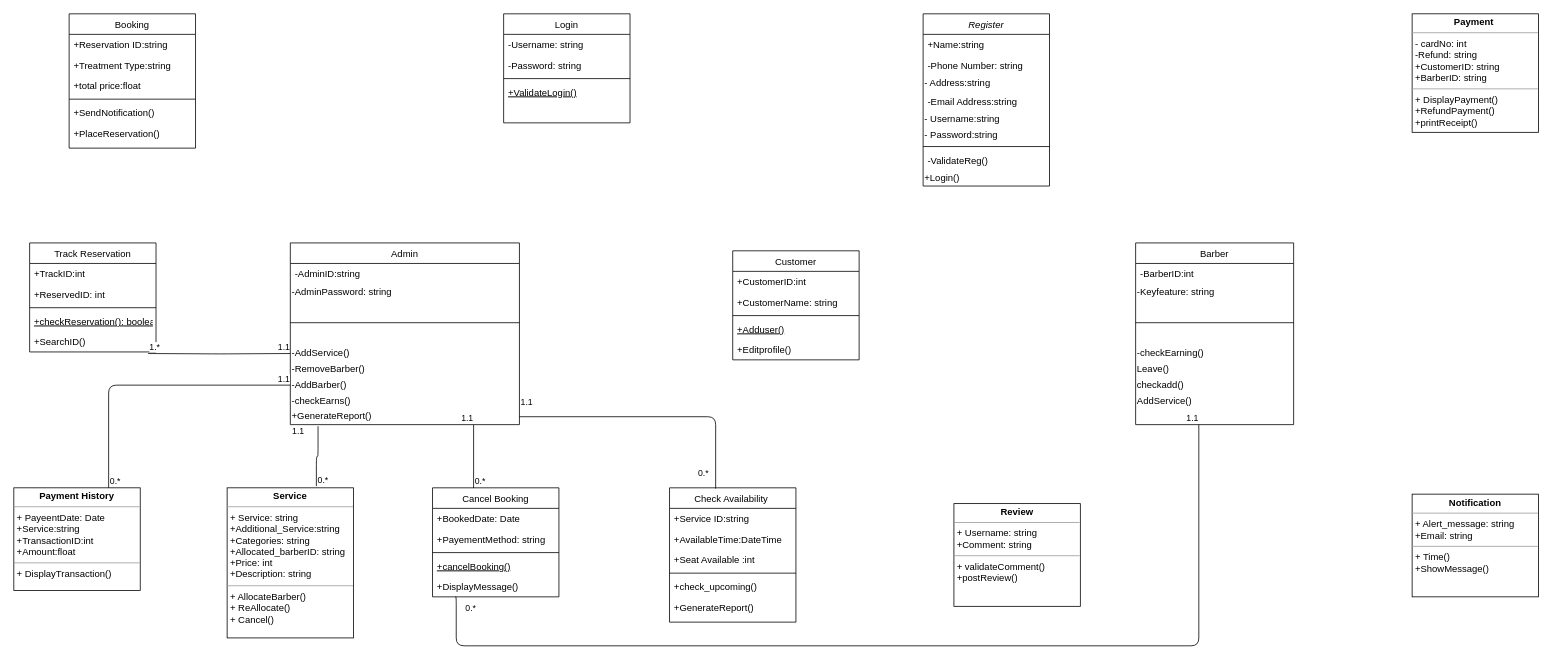
Above: Untitled Diagram.drawio in harshvashi/hv (draw.io), before the change. Source tidied: cells renumbered, new cells numbered last; positions are measured from the earlier drawing's top-left corner, leaving out a move shared by most shapes. Both pictures are drawn from the tidied source at 79%, with x=0, y=0 at pixel (13, 13).
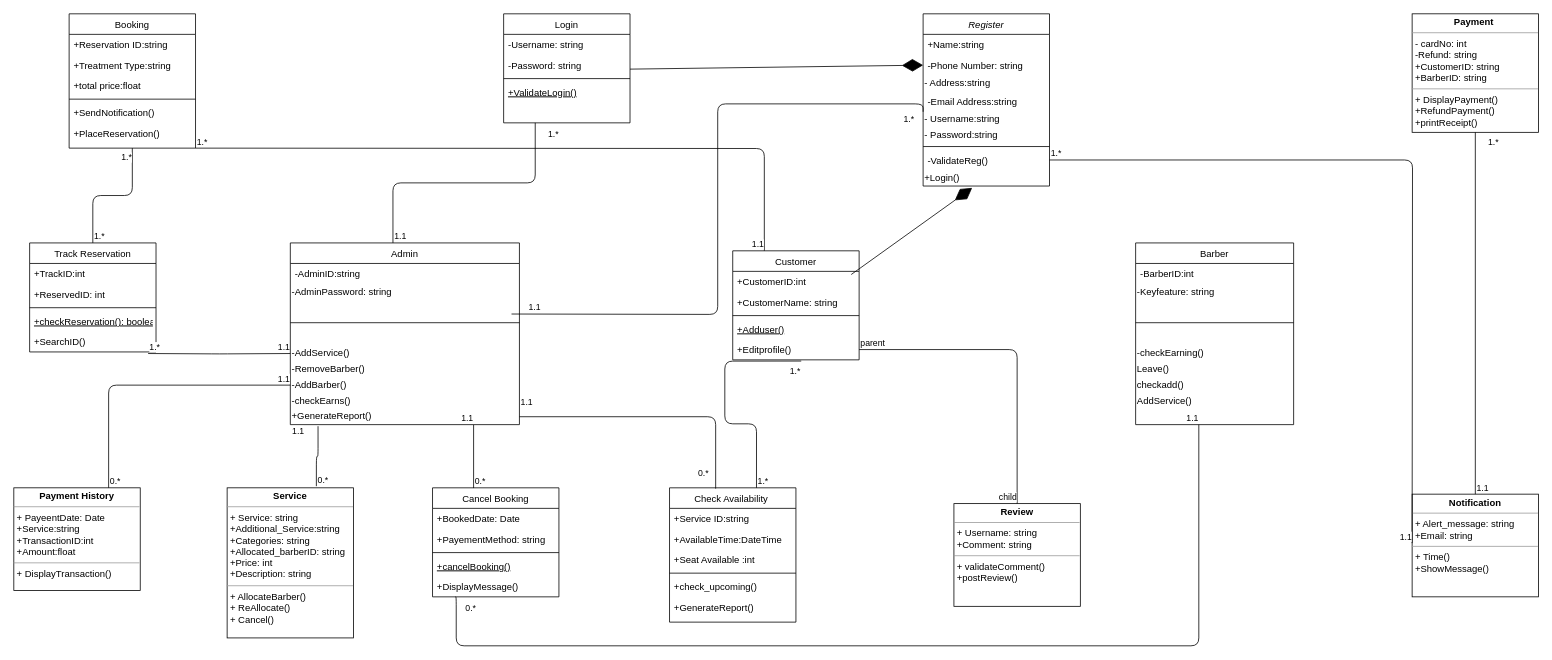
After the change.

Unchanged cells that the change refers to:
```xml
<mxCell id="2" value="Track Reservation" style="swimlane;fontStyle=0;align=center;verticalAlign=top;horizontal=1;startSize=26;rounded=0;shadow=0;strokeWidth=1;" parent="1" vertex="1">
  <mxGeometry x="20" y="290" width="160" height="138" as="geometry" />
</mxCell>
<mxCell id="11" value="Booking" style="swimlane;fontStyle=0;align=center;verticalAlign=top;horizontal=1;startSize=26;rounded=0;shadow=0;strokeWidth=1;" parent="1" vertex="1">
  <mxGeometry x="70" width="160" height="170" as="geometry" />
</mxCell>
<mxCell id="19" value="Admin" style="swimlane;fontStyle=0;align=center;verticalAlign=top;horizontal=1;startSize=26;rounded=0;shadow=0;strokeWidth=1;" parent="1" vertex="1">
  <mxGeometry x="350" y="290" width="290" height="230" as="geometry" />
</mxCell>
<mxCell id="29" value="Check Availability " style="swimlane;fontStyle=0;align=center;verticalAlign=top;horizontal=1;startSize=26;rounded=0;shadow=0;strokeWidth=1;" parent="1" vertex="1">
  <mxGeometry x="830" y="600" width="160" height="170" as="geometry" />
</mxCell>
<mxCell id="48" value="&lt;p style=&quot;margin: 0px ; margin-top: 4px ; text-align: center&quot;&gt;&lt;b&gt;Notification&lt;/b&gt;&lt;/p&gt;&lt;hr size=&quot;1&quot;&gt;&lt;p style=&quot;margin: 0px ; margin-left: 4px&quot;&gt;+ Alert_message: string&lt;/p&gt;&lt;p style=&quot;margin: 0px ; margin-left: 4px&quot;&gt;+Email: string&lt;/p&gt;&lt;hr size=&quot;1&quot;&gt;&lt;p style=&quot;margin: 0px ; margin-left: 4px&quot;&gt;+ Time()&lt;/p&gt;&lt;p style=&quot;margin: 0px ; margin-left: 4px&quot;&gt;+ShowMessage()&lt;/p&gt;&lt;p style=&quot;margin: 0px ; margin-left: 4px&quot;&gt;&lt;br&gt;&lt;/p&gt;" style="verticalAlign=top;align=left;overflow=fill;fontSize=12;fontFamily=Helvetica;html=1;" parent="1" vertex="1">
  <mxGeometry x="1770" y="608" width="160" height="130" as="geometry" />
</mxCell>
<mxCell id="49" value="&lt;p style=&quot;margin: 0px ; margin-top: 4px ; text-align: center&quot;&gt;&lt;b&gt;Review&lt;/b&gt;&lt;/p&gt;&lt;hr size=&quot;1&quot;&gt;&lt;p style=&quot;margin: 0px ; margin-left: 4px&quot;&gt;+ Username: string&lt;/p&gt;&lt;p style=&quot;margin: 0px ; margin-left: 4px&quot;&gt;+Comment: string&lt;/p&gt;&lt;hr size=&quot;1&quot;&gt;&lt;p style=&quot;margin: 0px ; margin-left: 4px&quot;&gt;+ validateComment()&lt;/p&gt;&lt;p style=&quot;margin: 0px ; margin-left: 4px&quot;&gt;+postReview()&lt;/p&gt;&lt;p style=&quot;margin: 0px ; margin-left: 4px&quot;&gt;&lt;br&gt;&lt;/p&gt;" style="verticalAlign=top;align=left;overflow=fill;fontSize=12;fontFamily=Helvetica;html=1;" parent="1" vertex="1">
  <mxGeometry x="1190" y="620" width="160" height="130" as="geometry" />
</mxCell>
<mxCell id="52" value="-Phone Number: string" style="text;align=left;verticalAlign=top;spacingLeft=4;spacingRight=4;overflow=hidden;points=[[0,0.5],[1,0.5]];portConstraint=eastwest;rounded=0;shadow=0;html=0;" parent="50" vertex="1">
  <mxGeometry y="52" width="160" height="26" as="geometry" />
</mxCell>
<mxCell id="55" value="- Username:string" style="text;html=1;strokeColor=none;fillColor=none;align=left;verticalAlign=middle;whiteSpace=wrap;rounded=0;" parent="50" vertex="1">
  <mxGeometry y="124" width="160" height="20" as="geometry" />
</mxCell>
<mxCell id="58" value="-ValidateReg()" style="text;align=left;verticalAlign=top;spacingLeft=4;spacingRight=4;overflow=hidden;points=[[0,0.5],[1,0.5]];portConstraint=eastwest;" parent="50" vertex="1">
  <mxGeometry y="172" width="160" height="26" as="geometry" />
</mxCell>
<mxCell id="59" value="+Login()" style="text;html=1;strokeColor=none;fillColor=none;align=left;verticalAlign=middle;whiteSpace=wrap;rounded=0;" parent="50" vertex="1">
  <mxGeometry y="198" width="160" height="20" as="geometry" />
</mxCell>
<mxCell id="60" value="Login" style="swimlane;fontStyle=0;align=center;verticalAlign=top;horizontal=1;startSize=26;rounded=0;shadow=0;strokeWidth=1;" parent="1" vertex="1">
  <mxGeometry x="620" width="160" height="138" as="geometry" />
</mxCell>
<mxCell id="73" value="Customer" style="swimlane;fontStyle=0;align=center;verticalAlign=top;horizontal=1;startSize=26;rounded=0;shadow=0;strokeWidth=1;" parent="1" vertex="1">
  <mxGeometry x="910" y="300" width="160" height="138" as="geometry" />
</mxCell>
<mxCell id="78" value="+Editprofile()" style="text;align=left;verticalAlign=top;spacingLeft=4;spacingRight=4;overflow=hidden;points=[[0,0.5],[1,0.5]];portConstraint=eastwest;" parent="73" vertex="1">
  <mxGeometry y="112" width="160" height="26" as="geometry" />
</mxCell>
<mxCell id="79" value="&lt;p style=&quot;margin: 0px ; margin-top: 4px ; text-align: center&quot;&gt;&lt;b&gt;Payment&amp;nbsp;&lt;/b&gt;&lt;/p&gt;&lt;hr size=&quot;1&quot;&gt;&lt;p style=&quot;margin: 0px ; margin-left: 4px&quot;&gt;- cardNo: int&lt;/p&gt;&lt;p style=&quot;margin: 0px ; margin-left: 4px&quot;&gt;-Refund: string&lt;/p&gt;&lt;p style=&quot;margin: 0px ; margin-left: 4px&quot;&gt;+CustomerID: string&lt;/p&gt;&lt;p style=&quot;margin: 0px ; margin-left: 4px&quot;&gt;+BarberID: string&lt;/p&gt;&lt;hr size=&quot;1&quot;&gt;&lt;p style=&quot;margin: 0px ; margin-left: 4px&quot;&gt;+ DisplayPayment()&lt;/p&gt;&lt;p style=&quot;margin: 0px ; margin-left: 4px&quot;&gt;+RefundPayment()&lt;/p&gt;&lt;p style=&quot;margin: 0px ; margin-left: 4px&quot;&gt;+printReceipt()&lt;/p&gt;" style="verticalAlign=top;align=left;overflow=fill;fontSize=12;fontFamily=Helvetica;html=1;" parent="1" vertex="1">
  <mxGeometry x="1770" width="160" height="150" as="geometry" />
</mxCell>
```

The edit, as a diff of the source:
```diff
@@
+    <mxCell id="89" style="endArrow=none;html=1;edgeStyle=orthogonalEdgeStyle;entryX=0;entryY=0;entryDx=0;entryDy=0;" parent="19" edge="1" target="55">
+      <mxGeometry relative="1" as="geometry">
+        <mxPoint x="280" y="90" as="sourcePoint" />
+      </mxGeometry>
+    </mxCell>
+    <mxCell id="90" value="1.1" style="edgeLabel;html=1;align=left;verticalAlign=bottom;" parent="89" vertex="1">
+      <mxGeometry x="-1" relative="1" as="geometry">
+        <mxPoint x="20" as="offset" />
+      </mxGeometry>
+    </mxCell>
+    <mxCell id="91" value="1.*" style="edgeLabel;html=1;align=right;verticalAlign=bottom;" parent="89" vertex="1">
+      <mxGeometry x="1" relative="1" as="geometry">
+        <mxPoint x="-11" y="16.3" as="offset" />
+      </mxGeometry>
+    </mxCell>
@@
+    <mxCell id="92" style="endArrow=diamondThin;endFill=1;endSize=24;html=1;entryX=0.388;entryY=1.117;entryDx=0;entryDy=0;entryPerimeter=0;" parent="73" edge="1" target="59">
+      <mxGeometry relative="1" as="geometry">
+        <mxPoint x="150" y="30" as="sourcePoint" />
+      </mxGeometry>
+    </mxCell>
@@
+    <mxCell id="93" style="endArrow=none;html=1;edgeStyle=orthogonalEdgeStyle;entryX=0.25;entryY=0;entryDx=0;entryDy=0;" parent="1" edge="1" target="73">
+      <mxGeometry relative="1" as="geometry">
+        <mxPoint x="230" y="170" as="sourcePoint" />
+      </mxGeometry>
+    </mxCell>
+    <mxCell id="94" value="1.*" style="edgeLabel;html=1;align=left;verticalAlign=bottom;" parent="93" vertex="1">
+      <mxGeometry x="-1" relative="1" as="geometry" />
+    </mxCell>
+    <mxCell id="95" value="1.1" style="edgeLabel;html=1;align=right;verticalAlign=bottom;" parent="93" vertex="1">
+      <mxGeometry x="1" relative="1" as="geometry" />
+    </mxCell>
+    <mxCell id="96" style="endArrow=none;html=1;edgeStyle=orthogonalEdgeStyle;entryX=0.5;entryY=1;entryDx=0;entryDy=0;exitX=0.5;exitY=0;exitDx=0;exitDy=0;" parent="1" edge="1" source="2" target="11">
+      <mxGeometry relative="1" as="geometry" />
+    </mxCell>
+    <mxCell id="97" value="1.*" style="edgeLabel;html=1;align=left;verticalAlign=bottom;" parent="96" vertex="1">
+      <mxGeometry x="-1" relative="1" as="geometry" />
+    </mxCell>
+    <mxCell id="98" value="1.*" style="edgeLabel;html=1;align=right;verticalAlign=bottom;" parent="96" vertex="1">
+      <mxGeometry x="1" relative="1" as="geometry">
+        <mxPoint y="20.3" as="offset" />
+      </mxGeometry>
+    </mxCell>
+    <mxCell id="99" style="endArrow=none;html=1;edgeStyle=orthogonalEdgeStyle;entryX=0.25;entryY=1;entryDx=0;entryDy=0;exitX=0.448;exitY=0;exitDx=0;exitDy=0;exitPerimeter=0;" parent="1" edge="1" source="19" target="60">
+      <mxGeometry relative="1" as="geometry" />
+    </mxCell>
+    <mxCell id="100" value="1.1" style="edgeLabel;html=1;align=left;verticalAlign=bottom;" parent="99" vertex="1">
+      <mxGeometry x="-1" relative="1" as="geometry" />
+    </mxCell>
+    <mxCell id="101" value="1.*" style="edgeLabel;html=1;align=right;verticalAlign=bottom;" parent="99" vertex="1">
+      <mxGeometry x="1" relative="1" as="geometry">
+        <mxPoint x="30" y="22.3" as="offset" />
+      </mxGeometry>
+    </mxCell>
+    <mxCell id="102" style="endArrow=none;html=1;edgeStyle=orthogonalEdgeStyle;entryX=0.542;entryY=1.06;entryDx=0;entryDy=0;entryPerimeter=0;exitX=0.688;exitY=0;exitDx=0;exitDy=0;exitPerimeter=0;" parent="1" edge="1" source="29" target="78">
+      <mxGeometry relative="1" as="geometry" />
+    </mxCell>
+    <mxCell id="103" value="1.*" style="edgeLabel;html=1;align=left;verticalAlign=bottom;" parent="102" vertex="1">
+      <mxGeometry x="-1" relative="1" as="geometry" />
+    </mxCell>
+    <mxCell id="104" value="1.*" style="edgeLabel;html=1;align=right;verticalAlign=bottom;" parent="102" vertex="1">
+      <mxGeometry x="1" relative="1" as="geometry">
+        <mxPoint y="20.4" as="offset" />
+      </mxGeometry>
+    </mxCell>
+    <mxCell id="105" style="endArrow=none;html=1;edgeStyle=orthogonalEdgeStyle;entryX=0.5;entryY=0;entryDx=0;entryDy=0;exitX=1;exitY=0.5;exitDx=0;exitDy=0;" parent="1" edge="1" source="78" target="49">
+      <mxGeometry relative="1" as="geometry" />
+    </mxCell>
+    <mxCell id="106" value="parent" style="edgeLabel;html=1;align=left;verticalAlign=bottom;" parent="105" vertex="1">
+      <mxGeometry x="-1" relative="1" as="geometry" />
+    </mxCell>
+    <mxCell id="107" value="child" style="edgeLabel;html=1;align=right;verticalAlign=bottom;" parent="105" vertex="1">
+      <mxGeometry x="1" relative="1" as="geometry" />
+    </mxCell>
+    <mxCell id="108" style="endArrow=none;html=1;edgeStyle=orthogonalEdgeStyle;entryX=0.5;entryY=1;entryDx=0;entryDy=0;exitX=0.5;exitY=0;exitDx=0;exitDy=0;" parent="1" edge="1" source="48" target="79">
+      <mxGeometry relative="1" as="geometry" />
+    </mxCell>
+    <mxCell id="109" value="1.1" style="edgeLabel;html=1;align=left;verticalAlign=bottom;" parent="108" vertex="1">
+      <mxGeometry x="-1" relative="1" as="geometry" />
+    </mxCell>
+    <mxCell id="110" value="1.*" style="edgeLabel;html=1;align=right;verticalAlign=bottom;" parent="108" vertex="1">
+      <mxGeometry x="1" relative="1" as="geometry">
+        <mxPoint x="30" y="20" as="offset" />
+      </mxGeometry>
+    </mxCell>
+    <mxCell id="111" style="endArrow=none;html=1;edgeStyle=orthogonalEdgeStyle;exitX=1;exitY=0.5;exitDx=0;exitDy=0;" parent="1" edge="1" source="58">
+      <mxGeometry relative="1" as="geometry">
+        <mxPoint x="1770" y="670" as="targetPoint" />
+      </mxGeometry>
+    </mxCell>
+    <mxCell id="112" value="1.*" style="edgeLabel;html=1;align=left;verticalAlign=bottom;" parent="111" vertex="1">
+      <mxGeometry x="-1" relative="1" as="geometry" />
+    </mxCell>
+    <mxCell id="113" value="1.1" style="edgeLabel;html=1;align=right;verticalAlign=bottom;" parent="111" vertex="1">
+      <mxGeometry x="1" relative="1" as="geometry" />
+    </mxCell>
+    <mxCell id="114" style="endArrow=diamondThin;endFill=1;endSize=24;html=1;entryX=0;entryY=0.5;entryDx=0;entryDy=0;" parent="1" edge="1" target="52">
+      <mxGeometry relative="1" as="geometry">
+        <mxPoint x="780" y="70" as="sourcePoint" />
+      </mxGeometry>
+    </mxCell>
```
